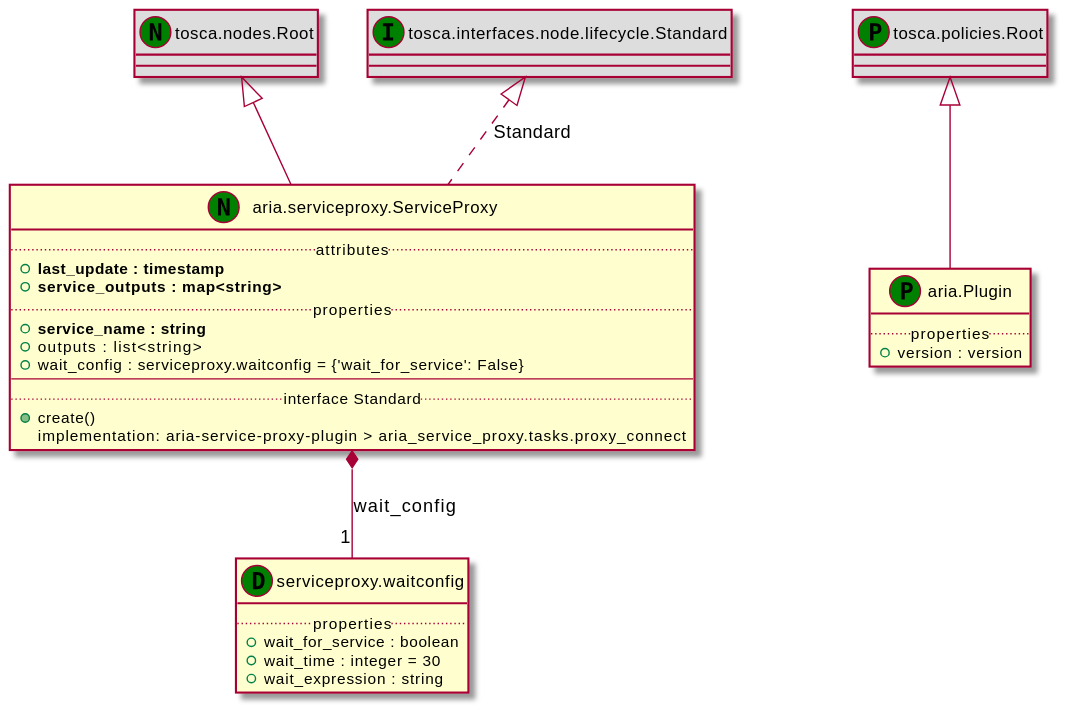
Before: examples/ariatosca/diagrams/uml2/plugin-uml2-class-diagram.svg, a diagram exported from PlantUML (Orange-OpenSource/Cloudnet-TOSCA-toolbox).
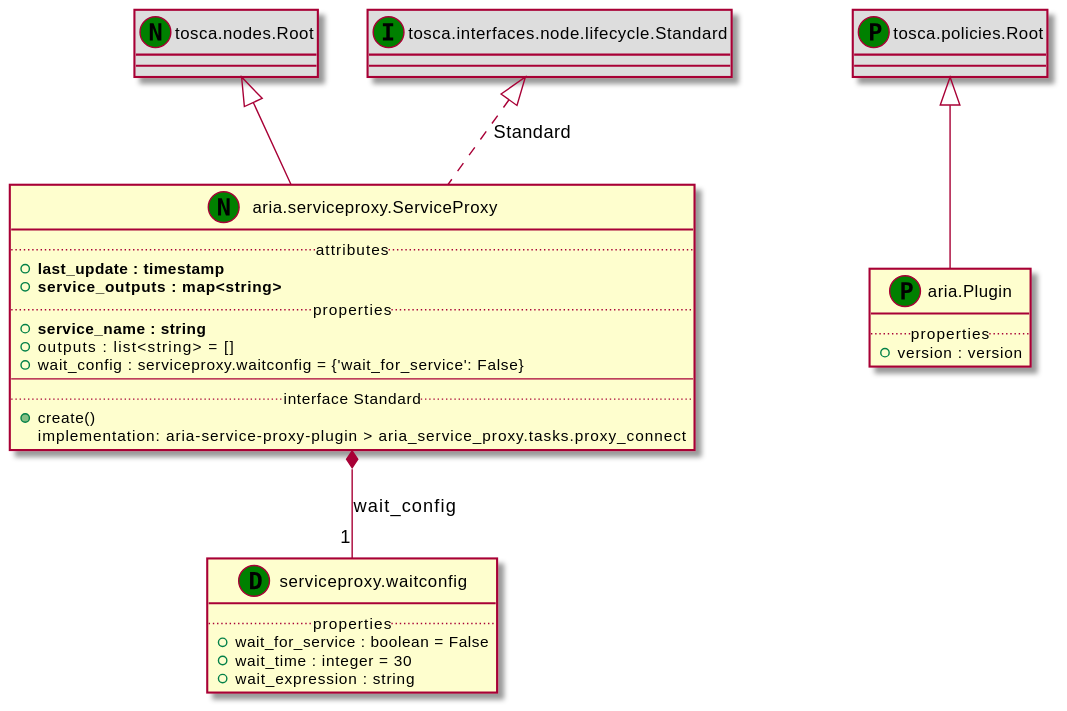
After the commit.

What changed in the source:
```diff
@@ -2,7 +2,7 @@
 set namespaceSeparator none
 class "serviceproxy.waitconfig" << (D,green) >> {
 .. properties ..
-+wait_for_service : boolean
++wait_for_service : boolean = False
 +wait_time : integer = 30
 +wait_expression : string
 }
@@ -14,7 +14,7 @@
 +<b>service_outputs : map<string>
 .. properties ..
 +<b>service_name : string
-+outputs : list<string>
++outputs : list<string> = []
 +wait_config : serviceproxy.waitconfig = {'wait_for_service': False}
 --
 .. interface Standard ..
```
